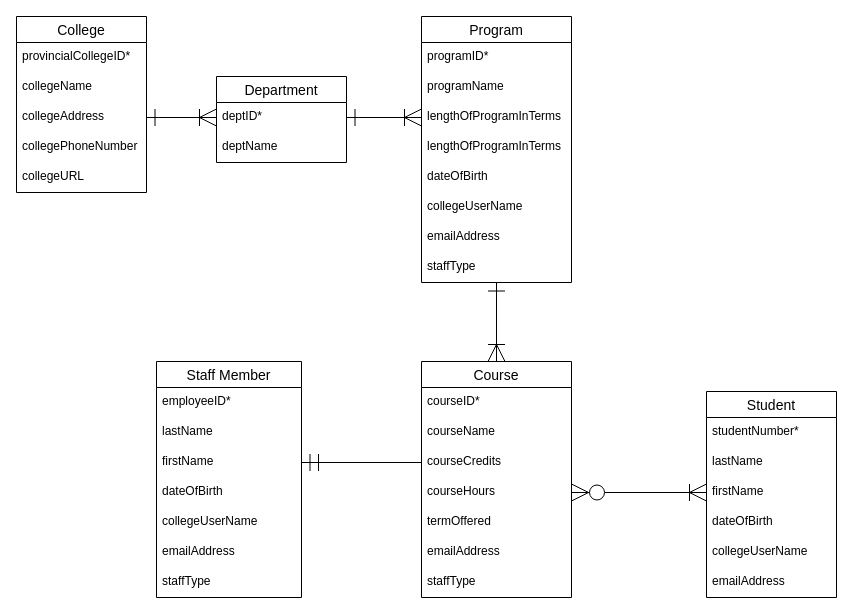
Above: Untitled Diagram.drawio in paige71/Draw.io (draw.io), before the change. Source tidied: cells renumbered, new cells numbered last; positions are measured from the earlier drawing's top-left corner, leaving out a move shared by most shapes. Both pictures are drawn from the tidied source at 100%, with x=0, y=0 at pixel (16, 16).
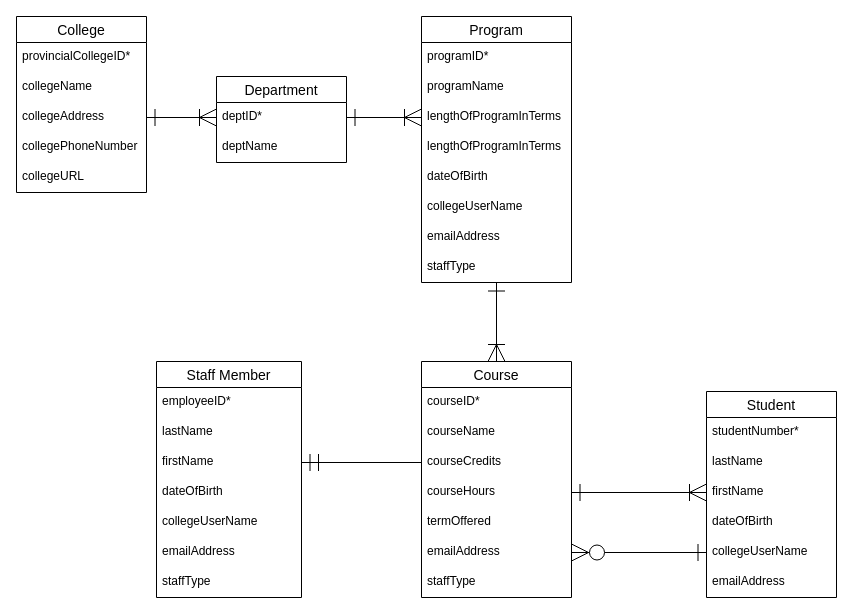
Above is the later version.

The change refers to these unchanged cells:
```xml
<mxCell id="22" value="firstName&#10;" style="text;strokeColor=none;fillColor=none;spacingLeft=4;spacingRight=4;overflow=hidden;points=[[0,0.5],[1,0.5]];portConstraint=eastwest;fontSize=12;" parent="19" vertex="1">
  <mxGeometry y="86" width="130" height="30" as="geometry" />
</mxCell>
<mxCell id="24" value="collegeUserName&#10;" style="text;strokeColor=none;fillColor=none;spacingLeft=4;spacingRight=4;overflow=hidden;points=[[0,0.5],[1,0.5]];portConstraint=eastwest;fontSize=12;" parent="19" vertex="1">
  <mxGeometry y="146" width="130" height="30" as="geometry" />
</mxCell>
<mxCell id="40" value="courseHours&#10;" style="text;strokeColor=none;fillColor=none;spacingLeft=4;spacingRight=4;overflow=hidden;points=[[0,0.5],[1,0.5]];portConstraint=eastwest;fontSize=12;" parent="36" vertex="1">
  <mxGeometry y="116" width="150" height="30" as="geometry" />
</mxCell>
<mxCell id="42" value="emailAddress&#10;" style="text;strokeColor=none;fillColor=none;spacingLeft=4;spacingRight=4;overflow=hidden;points=[[0,0.5],[1,0.5]];portConstraint=eastwest;fontSize=12;" parent="36" vertex="1">
  <mxGeometry y="176" width="150" height="30" as="geometry" />
</mxCell>
```

Diff of the diagram source:
```diff
@@
-    <mxCell id="47" style="edgeStyle=orthogonalEdgeStyle;rounded=0;jettySize=auto;html=1;exitX=1;exitY=0.5;exitDx=0;exitDy=0;entryX=0;entryY=0.5;entryDx=0;entryDy=0;fontSize=14;startArrow=ERzeroToMany;startFill=1;endArrow=ERoneToMany;endFill=0;startSize=15;endSize=15;strokeWidth=1;" parent="1" edge="1" source="40" target="22">
+    <mxCell id="47" style="edgeStyle=orthogonalEdgeStyle;rounded=0;jettySize=auto;html=1;exitX=1;exitY=0.5;exitDx=0;exitDy=0;entryX=0;entryY=0.5;entryDx=0;entryDy=0;fontSize=14;startArrow=ERone;startFill=0;endArrow=ERoneToMany;endFill=0;startSize=15;endSize=15;strokeWidth=1;" parent="1" edge="1" source="40" target="22">
       <mxGeometry relative="1" as="geometry" />
     </mxCell>
+    <mxCell id="48" style="edgeStyle=orthogonalEdgeStyle;rounded=0;jettySize=auto;html=1;exitX=0;exitY=0.5;exitDx=0;exitDy=0;entryX=1;entryY=0.5;entryDx=0;entryDy=0;fontSize=14;startArrow=ERone;startFill=0;endArrow=ERzeroToMany;endFill=1;startSize=15;endSize=15;strokeWidth=1;" parent="1" edge="1" source="24" target="42">
+      <mxGeometry relative="1" as="geometry" />
+    </mxCell>
```
